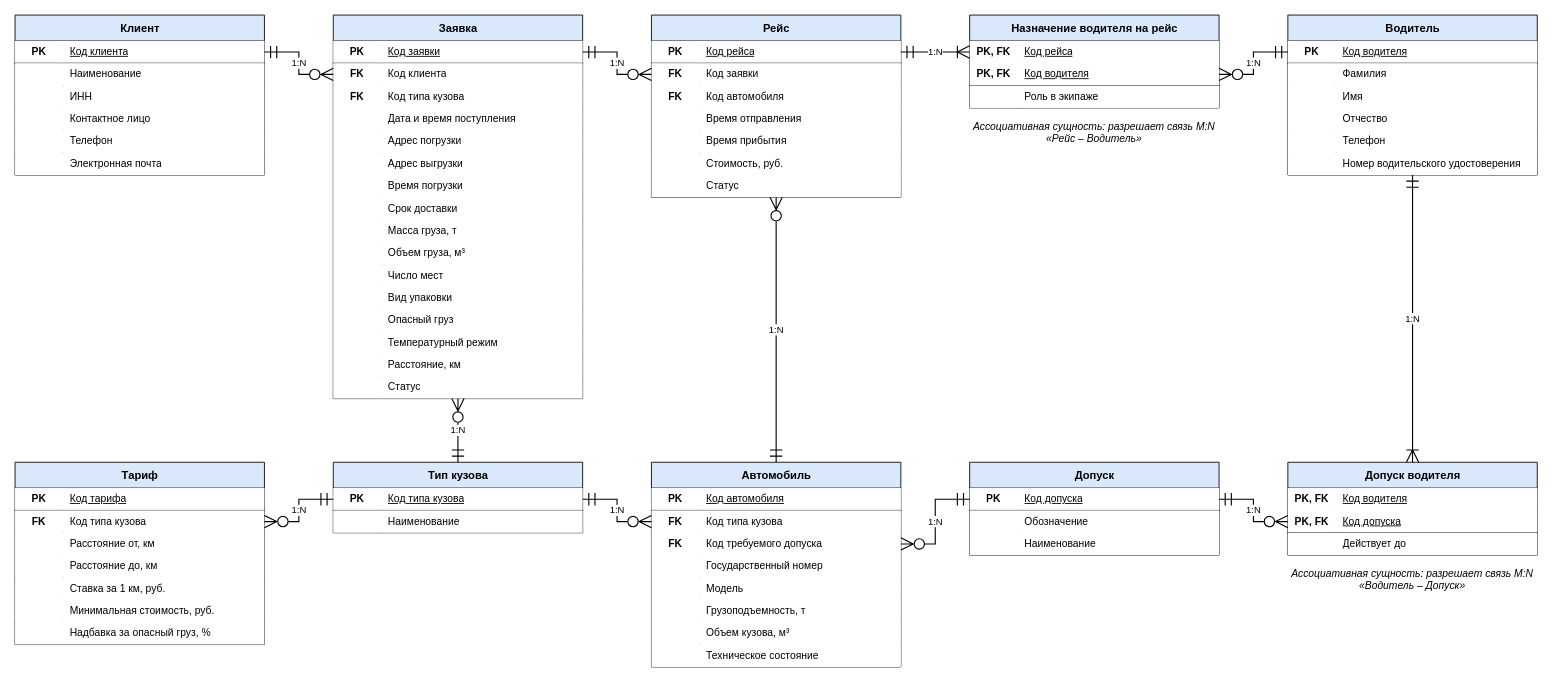
The draw.io diagram docs/models/er_logical.drawio in tokmann/intercity-freight-planner, before the edit. Source tidied: cells renumbered, new cells numbered last; positions are measured from the earlier drawing's top-left corner, leaving out a move shared by most shapes. Both pictures are drawn from the tidied source at 86%, with x=0, y=0 at pixel (15, 15).
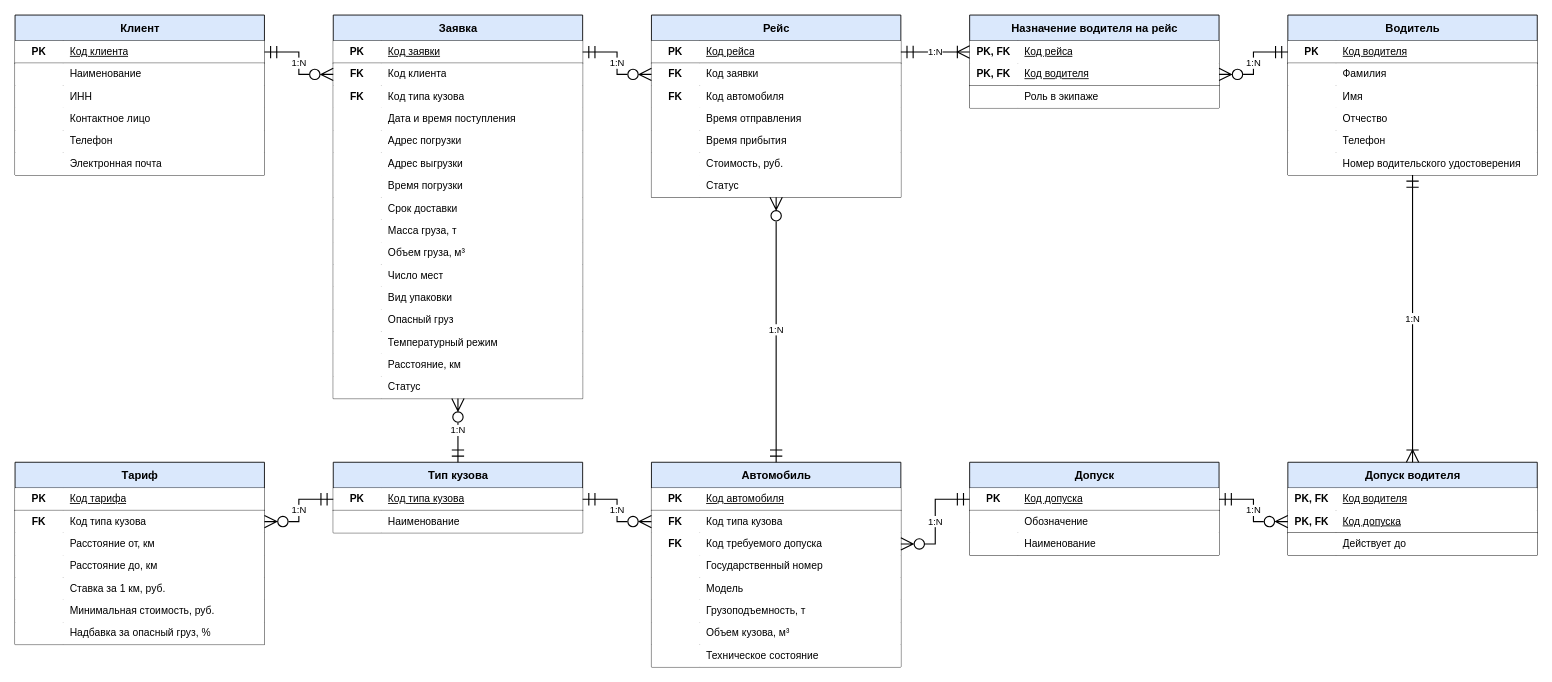
The same diagram, later.

Commit message (it also covers changes not shown here):
Исправлен исходник логической модели данных, обновлены блок-схемы и изображения моделей

The edit, as a diff of the source:
```diff
@@
-    <mxCell id="206" value="Ассоциативная сущность: разрешает связь M:N «Рейс – Водитель»" style="text;html=1;whiteSpace=wrap;align=center;verticalAlign=top;fontSize=12;fontStyle=2;fontColor=#000000;" parent="1" vertex="1">
-      <mxGeometry x="1110" y="116" width="290" height="36" as="geometry" />
-    </mxCell>
-    <mxCell id="207" value="Ассоциативная сущность: разрешает связь M:N «Водитель – Допуск»" style="text;html=1;whiteSpace=wrap;align=center;verticalAlign=top;fontSize=12;fontStyle=2;fontColor=#000000;" parent="1" vertex="1">
-      <mxGeometry x="1480" y="636" width="290" height="36" as="geometry" />
-    </mxCell>
```
